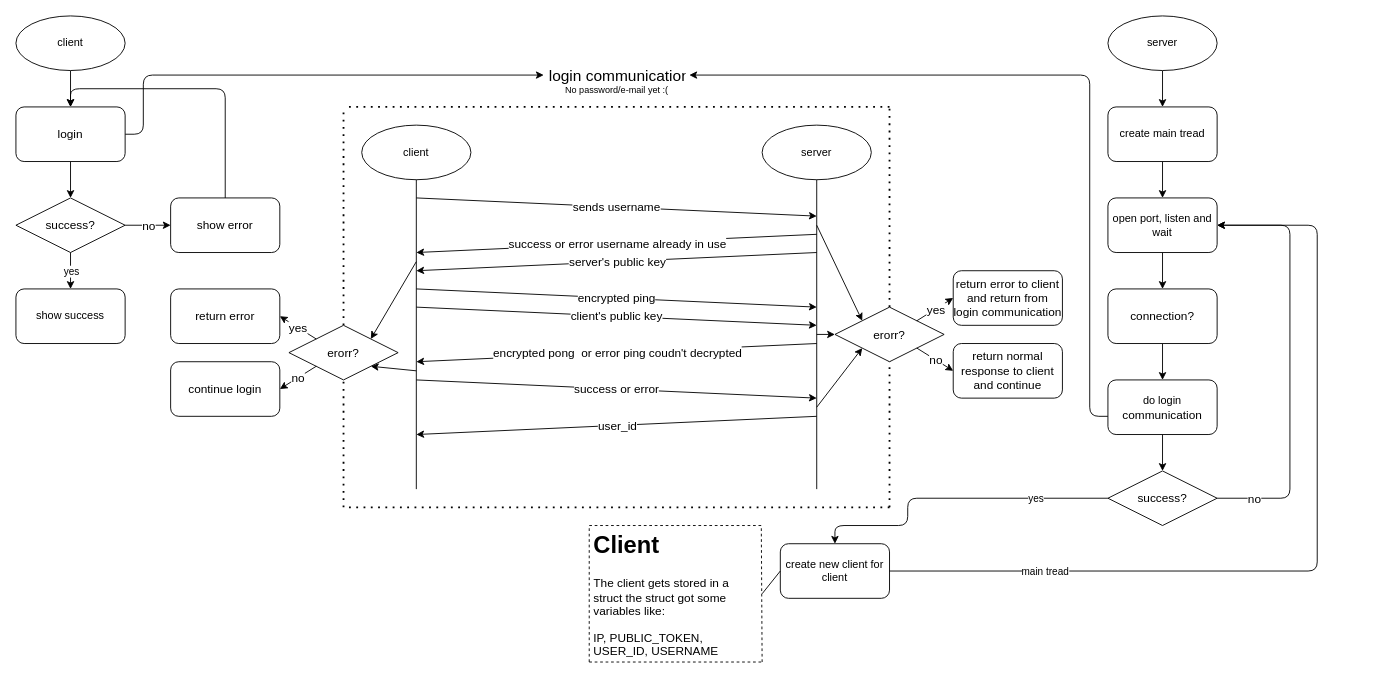
Staninna/gpg-chat keeps this draw.io diagram as flowcarts/server-client.drawio. Above is the earlier version. Source tidied: cells renumbered, new cells numbered last; positions are measured from the earlier drawing's top-left corner, leaving out a move shared by most shapes. Both pictures are drawn from the tidied source at 91%, with x=0, y=0 at pixel (15, 15).
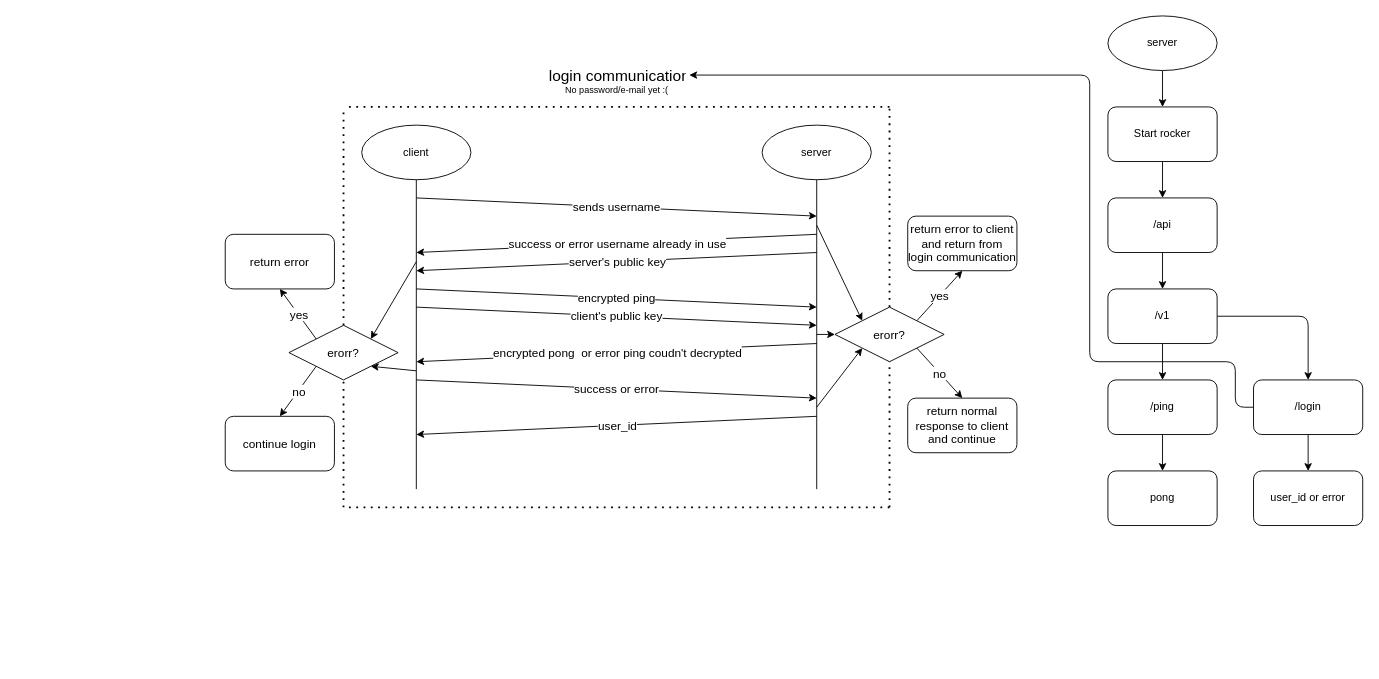
Above is the later version.

Commit message (it also covers changes not shown here):
Changed flow charts

The change refers to these unchanged cells:
```xml
<mxCell id="22" value="login communication" style="text;strokeColor=none;fillColor=none;align=left;verticalAlign=middle;spacingLeft=4;spacingRight=4;overflow=hidden;points=[[0,0.5],[1,0.5]];portConstraint=eastwest;fontSize=17;" parent="1" vertex="1">
  <mxGeometry x="580" y="50" width="160" height="30" as="geometry" />
</mxCell>
<mxCell id="39" value="erorr?" style="rhombus;whiteSpace=wrap;html=1;fontSize=13;" parent="1" vertex="1">
  <mxGeometry x="300" y="340" width="120" height="60" as="geometry" />
</mxCell>
<mxCell id="52" value="erorr?" style="rhombus;whiteSpace=wrap;html=1;fontSize=13;" parent="1" vertex="1">
  <mxGeometry x="900" y="320" width="120" height="60" as="geometry" />
</mxCell>
```

The edit, as a diff of the source:
```diff
@@
-    <mxCell id="2" style="edgeStyle=none;html=1;fontSize=12;" parent="1" edge="1">
-      <mxGeometry relative="1" as="geometry">
-        <mxPoint x="1260" y="360" as="sourcePoint" />
-        <mxPoint x="1260" y="400" as="targetPoint" />
-      </mxGeometry>
-    </mxCell>
-    <mxCell id="3" style="endArrow=classic;html=1;entryX=0.5;entryY=0;entryDx=0;entryDy=0;exitX=0.5;exitY=1;exitDx=0;exitDy=0;" parent="1" edge="1">
-      <mxGeometry relative="1" as="geometry">
-        <mxPoint x="60" y="60" as="sourcePoint" />
-        <mxPoint x="60" y="100" as="targetPoint" />
-      </mxGeometry>
-    </mxCell>
@@
-    <mxCell id="5" style="endArrow=classic;html=1;entryX=0.5;entryY=0;entryDx=0;entryDy=0;" parent="1" edge="1">
-      <mxGeometry relative="1" as="geometry">
-        <mxPoint x="1260" y="160" as="sourcePoint" />
-        <mxPoint x="1260" y="200" as="targetPoint" />
-      </mxGeometry>
-    </mxCell>
-    <mxCell id="6" style="endArrow=classic;html=1;entryX=0.5;entryY=0;entryDx=0;entryDy=0;exitX=0.5;exitY=1;exitDx=0;exitDy=0;" parent="1" edge="1">
-      <mxGeometry relative="1" as="geometry">
-        <mxPoint x="1260" y="260" as="sourcePoint" />
-        <mxPoint x="1260" y="300" as="targetPoint" />
-      </mxGeometry>
-    </mxCell>
-    <mxCell id="7" value="client" style="ellipse;whiteSpace=wrap;html=1;" parent="1" vertex="1">
-      <mxGeometry width="120" height="60" as="geometry" />
-    </mxCell>
@@
-    <mxCell id="9" value="open port, listen and wait" style="rounded=1;whiteSpace=wrap;html=1;" parent="1" vertex="1">
-      <mxGeometry x="1200" y="200" width="120" height="60" as="geometry" />
-    </mxCell>
+    <mxCell id="85" style="edgeStyle=none;html=1;" parent="1" edge="1" source="10" target="87">
+      <mxGeometry relative="1" as="geometry" />
+    </mxCell>
-    <mxCell id="10" value="create main tread" style="rounded=1;whiteSpace=wrap;html=1;" parent="1" vertex="1">
+    <mxCell id="10" value="Start rocker" style="rounded=1;whiteSpace=wrap;html=1;" parent="1" vertex="1">
       <mxGeometry x="1200" y="100" width="120" height="60" as="geometry" />
     </mxCell>
@@
-    <mxCell id="24" style="endArrow=classic;html=1;fontSize=12;exitX=1;exitY=0.5;exitDx=0;exitDy=0;entryX=0;entryY=0.5;entryDx=0;entryDy=0;" parent="1" edge="1" source="30" target="22">
-      <mxGeometry relative="1" as="geometry">
-        <Array as="points">
-          <mxPoint x="140" y="130" />
-          <mxPoint x="140" y="65" />
-        </Array>
-      </mxGeometry>
-    </mxCell>
@@
-    <mxCell id="29" style="edgeStyle=none;html=1;fontSize=13;" parent="1" edge="1" source="30" target="42">
-      <mxGeometry relative="1" as="geometry" />
-    </mxCell>
-    <mxCell id="30" value="login" style="rounded=1;whiteSpace=wrap;html=1;fontSize=13;" parent="1" vertex="1">
-      <mxGeometry y="100" width="120" height="60" as="geometry" />
-    </mxCell>
-    <mxCell id="31" style="endArrow=classic;html=1;fontSize=13;exitX=0;exitY=0.5;exitDx=0;exitDy=0;entryX=1;entryY=0.5;entryDx=0;entryDy=0;" parent="1" edge="1" target="22">
+    <mxCell id="31" style="endArrow=classic;html=1;fontSize=13;entryX=1;entryY=0.5;entryDx=0;entryDy=0;exitX=0;exitY=0.5;exitDx=0;exitDy=0;" parent="1" edge="1" source="95" target="22">
       <mxGeometry relative="1" as="geometry">
-        <mxPoint x="1200" y="440" as="sourcePoint" />
         <Array as="points">
-          <mxPoint x="1180" y="440" />
+          <mxPoint x="1340" y="430" />
+          <mxPoint x="1340" y="380" />
+          <mxPoint x="1180" y="380" />
           <mxPoint x="1180" y="65" />
         </Array>
       </mxGeometry>
     </mxCell>
-    <mxCell id="32" value="connection?" style="rounded=1;whiteSpace=wrap;html=1;fontSize=13;" parent="1" vertex="1">
-      <mxGeometry x="1200" y="300" width="120" height="60" as="geometry" />
-    </mxCell>
-    <mxCell id="33" style="endArrow=classic;html=1;fontSize=13;entryX=1;entryY=0.5;entryDx=0;entryDy=0;exitX=1;exitY=0.5;exitDx=0;exitDy=0;" parent="1" edge="1" source="62" target="9">
-      <mxGeometry relative="1" as="geometry">
-        <Array as="points">
-          <mxPoint x="1400" y="530" />
-          <mxPoint x="1400" y="230" />
-        </Array>
-      </mxGeometry>
-    </mxCell>
-    <mxCell id="34" value="no" style="edgeLabel;html=1;align=center;verticalAlign=middle;fontSize=13;" parent="33" vertex="1">
-      <mxGeometry relative="1" as="geometry">
-        <mxPoint x="-40" y="150" as="offset" />
-      </mxGeometry>
-    </mxCell>
@@
-    <mxCell id="40" style="endArrow=classic;html=1;fontSize=13;exitX=0;exitY=0;exitDx=0;exitDy=0;entryX=1;entryY=0.5;entryDx=0;entryDy=0;" parent="1" edge="1" source="39" target="43">
+    <mxCell id="40" style="endArrow=classic;html=1;fontSize=13;exitX=0;exitY=0;exitDx=0;exitDy=0;entryX=0.5;entryY=1;entryDx=0;entryDy=0;" parent="1" edge="1" source="39" target="43">
       <mxGeometry relative="1" as="geometry" />
     </mxCell>
@@
-    <mxCell id="42" value="success?" style="rhombus;whiteSpace=wrap;html=1;fontSize=13;" parent="1" vertex="1">
-      <mxGeometry y="200" width="120" height="60" as="geometry" />
-    </mxCell>
     <mxCell id="43" value="return error" style="rounded=1;whiteSpace=wrap;html=1;fontSize=13;" parent="1" vertex="1">
-      <mxGeometry x="170" y="300" width="120" height="60" as="geometry" />
+      <mxGeometry x="230" y="240" width="120" height="60" as="geometry" />
     </mxCell>
     <mxCell id="44" value="continue login" style="rounded=1;whiteSpace=wrap;html=1;fontSize=13;" parent="1" vertex="1">
-      <mxGeometry x="170" y="380" width="120" height="60" as="geometry" />
+      <mxGeometry x="230" y="440" width="120" height="60" as="geometry" />
     </mxCell>
-    <mxCell id="45" style="endArrow=classic;html=1;fontSize=13;exitX=0;exitY=1;exitDx=0;exitDy=0;entryX=1;entryY=0.5;entryDx=0;entryDy=0;" parent="1" edge="1" source="39" target="44">
+    <mxCell id="45" style="endArrow=classic;html=1;fontSize=13;exitX=0;exitY=1;exitDx=0;exitDy=0;entryX=0.5;entryY=0;entryDx=0;entryDy=0;" parent="1" edge="1" source="39" target="44">
       <mxGeometry relative="1" as="geometry" />
     </mxCell>
@@
-    <mxCell id="47" value="show error" style="rounded=1;whiteSpace=wrap;html=1;fontSize=13;" parent="1" vertex="1">
-      <mxGeometry x="170" y="200" width="120" height="60" as="geometry" />
-    </mxCell>
-    <mxCell id="48" style="endArrow=classic;html=1;fontSize=13;exitX=0.5;exitY=0;exitDx=0;exitDy=0;entryX=0.5;entryY=0;entryDx=0;entryDy=0;" parent="1" edge="1" source="47" target="30">
-      <mxGeometry relative="1" as="geometry">
-        <Array as="points">
-          <mxPoint x="230" y="80" />
-          <mxPoint x="60" y="80" />
-        </Array>
-      </mxGeometry>
-    </mxCell>
-    <mxCell id="49" style="endArrow=classic;html=1;fontSize=13;exitX=1;exitY=0.5;exitDx=0;exitDy=0;entryX=0;entryY=0.5;entryDx=0;entryDy=0;" parent="1" edge="1" source="42" target="47">
-      <mxGeometry relative="1" as="geometry" />
-    </mxCell>
-    <mxCell id="50" value="no" style="edgeLabel;html=1;align=center;verticalAlign=middle;fontSize=13;" parent="49" vertex="1">
-      <mxGeometry relative="1" as="geometry" />
-    </mxCell>
@@
-    <mxCell id="53" style="endArrow=classic;html=1;fontSize=13;exitX=1;exitY=0;exitDx=0;exitDy=0;entryX=0;entryY=0.5;entryDx=0;entryDy=0;" parent="1" edge="1" source="52" target="55">
+    <mxCell id="53" style="endArrow=classic;html=1;fontSize=13;exitX=1;exitY=0;exitDx=0;exitDy=0;entryX=0.5;entryY=1;entryDx=0;entryDy=0;" parent="1" edge="1" source="52" target="55">
       <mxGeometry relative="1" as="geometry" />
     </mxCell>
@@
     <mxCell id="55" value="return error to client and return from login&amp;nbsp;&lt;span style=&quot;text-align: left&quot;&gt;communication&lt;/span&gt;" style="rounded=1;whiteSpace=wrap;html=1;fontSize=13;" parent="1" vertex="1">
-      <mxGeometry x="1030" y="280" width="120" height="60" as="geometry" />
+      <mxGeometry x="980" y="220" width="120" height="60" as="geometry" />
     </mxCell>
     <mxCell id="56" value="return normal response to client and continue" style="rounded=1;whiteSpace=wrap;html=1;fontSize=13;" parent="1" vertex="1">
-      <mxGeometry x="1030" y="360" width="120" height="60" as="geometry" />
+      <mxGeometry x="980" y="420" width="120" height="60" as="geometry" />
     </mxCell>
-    <mxCell id="57" style="endArrow=classic;html=1;fontSize=13;exitX=1;exitY=1;exitDx=0;exitDy=0;entryX=0;entryY=0.5;entryDx=0;entryDy=0;" parent="1" edge="1" source="52" target="56">
+    <mxCell id="57" style="endArrow=classic;html=1;fontSize=13;exitX=1;exitY=1;exitDx=0;exitDy=0;entryX=0.5;entryY=0;entryDx=0;entryDy=0;" parent="1" edge="1" source="52" target="56">
       <mxGeometry relative="1" as="geometry" />
     </mxCell>
@@
-    <mxCell id="60" style="edgeStyle=none;html=1;fontSize=13;" parent="1" edge="1" source="61" target="62">
-      <mxGeometry relative="1" as="geometry" />
-    </mxCell>
-    <mxCell id="61" value="&lt;span style=&quot;font-size: 12px&quot;&gt;do login&lt;/span&gt;&lt;br style=&quot;font-size: 12px&quot;&gt;&lt;span style=&quot;text-align: left&quot;&gt;communication&lt;/span&gt;" style="rounded=1;whiteSpace=wrap;html=1;fontSize=13;" parent="1" vertex="1">
-      <mxGeometry x="1200" y="400" width="120" height="60" as="geometry" />
-    </mxCell>
-    <mxCell id="62" value="success?" style="rhombus;whiteSpace=wrap;html=1;fontSize=13;" parent="1" vertex="1">
-      <mxGeometry x="1200" y="500" width="120" height="60" as="geometry" />
-    </mxCell>
-    <mxCell id="63" value="create new client for client" style="rounded=1;whiteSpace=wrap;html=1;" parent="1" vertex="1">
-      <mxGeometry x="840" y="580" width="120" height="60" as="geometry" />
-    </mxCell>
-    <mxCell id="64" style="endArrow=classic;html=1;exitX=0;exitY=0.5;exitDx=0;exitDy=0;entryX=0.5;entryY=0;entryDx=0;entryDy=0;" parent="1" edge="1" source="62" target="63">
-      <mxGeometry relative="1" as="geometry">
-        <Array as="points">
-          <mxPoint x="980" y="530" />
-          <mxPoint x="980" y="560" />
-          <mxPoint x="900" y="560" />
-        </Array>
-      </mxGeometry>
-    </mxCell>
-    <mxCell id="65" value="yes" style="edgeLabel;html=1;align=center;verticalAlign=middle;" parent="64" vertex="1">
-      <mxGeometry relative="1" as="geometry">
-        <mxPoint x="95" as="offset" />
-      </mxGeometry>
-    </mxCell>
-    <mxCell id="66" style="endArrow=classic;html=1;exitX=0.5;exitY=1;exitDx=0;exitDy=0;entryX=0.5;entryY=0;entryDx=0;entryDy=0;" parent="1" edge="1" source="42" target="68">
-      <mxGeometry relative="1" as="geometry" />
-    </mxCell>
-    <mxCell id="67" value="yes" style="edgeLabel;html=1;align=center;verticalAlign=middle;" parent="66" vertex="1">
-      <mxGeometry relative="1" as="geometry" />
-    </mxCell>
-    <mxCell id="68" value="show success" style="rounded=1;whiteSpace=wrap;html=1;" parent="1" vertex="1">
-      <mxGeometry y="300" width="120" height="60" as="geometry" />
-    </mxCell>
-    <mxCell id="69" style="endArrow=classic;html=1;exitX=1;exitY=0.5;exitDx=0;exitDy=0;" parent="1" edge="1" source="63">
-      <mxGeometry relative="1" as="geometry">
-        <mxPoint x="1320" y="230" as="targetPoint" />
-        <Array as="points">
-          <mxPoint x="1430" y="610" />
-          <mxPoint x="1430" y="230" />
-        </Array>
-      </mxGeometry>
-    </mxCell>
-    <mxCell id="70" value="main tread" style="edgeLabel;html=1;align=center;verticalAlign=middle;" parent="69" vertex="1">
-      <mxGeometry relative="1" as="geometry">
-        <mxPoint x="-300" y="10" as="offset" />
-      </mxGeometry>
-    </mxCell>
@@
-    <mxCell id="78" value="&lt;h1&gt;Client&lt;/h1&gt;&lt;p&gt;The client gets stored in a struct the struct got some variables like:&lt;/p&gt;&lt;p style=&quot;line-height: 1.2&quot;&gt;IP, PUBLIC_TOKEN, USER_ID, USERNAME&lt;/p&gt;" style="text;html=1;strokeColor=none;fillColor=none;spacing=5;spacingTop=-20;whiteSpace=wrap;overflow=hidden;rounded=0;fontSize=13;" parent="1" vertex="1">
-      <mxGeometry x="630" y="560" width="190" height="150" as="geometry" />
-    </mxCell>
-    <mxCell id="79" style="endArrow=none;html=1;fontSize=13;entryX=0;entryY=0.5;entryDx=0;entryDy=0;exitX=1;exitY=0.5;exitDx=0;exitDy=0;" parent="1" edge="1" source="78" target="63">
-      <mxGeometry relative="1" as="geometry" />
-    </mxCell>
-    <mxCell id="80" style="endArrow=none;dashed=1;html=1;fontSize=13;entryX=0;entryY=0;entryDx=0;entryDy=0;exitX=0;exitY=1;exitDx=0;exitDy=0;" parent="1" edge="1" source="78" target="78">
-      <mxGeometry relative="1" as="geometry" />
-    </mxCell>
-    <mxCell id="81" style="endArrow=none;dashed=1;html=1;fontSize=13;entryX=0;entryY=0;entryDx=0;entryDy=0;exitX=1;exitY=1;exitDx=0;exitDy=0;" parent="1" edge="1" source="78">
-      <mxGeometry relative="1" as="geometry">
-        <mxPoint x="819.1" y="560" as="targetPoint" />
-      </mxGeometry>
-    </mxCell>
-    <mxCell id="82" style="endArrow=none;dashed=1;html=1;fontSize=13;entryX=1;entryY=0;entryDx=0;entryDy=0;exitX=0;exitY=0;exitDx=0;exitDy=0;" parent="1" edge="1" source="78" target="78">
-      <mxGeometry relative="1" as="geometry" />
-    </mxCell>
-    <mxCell id="83" style="endArrow=none;dashed=1;html=1;fontSize=13;entryX=1;entryY=1;entryDx=0;entryDy=0;exitX=0;exitY=1;exitDx=0;exitDy=0;" parent="1" edge="1" source="78" target="78">
-      <mxGeometry relative="1" as="geometry" />
-    </mxCell>
@@
+    <mxCell id="86" style="edgeStyle=none;html=1;" parent="1" edge="1" source="87" target="90">
+      <mxGeometry relative="1" as="geometry" />
+    </mxCell>
+    <mxCell id="87" value="/api" style="rounded=1;whiteSpace=wrap;html=1;" parent="1" vertex="1">
+      <mxGeometry x="1200" y="200" width="120" height="60" as="geometry" />
+    </mxCell>
+    <mxCell id="88" style="edgeStyle=none;html=1;" parent="1" edge="1" source="90" target="92">
+      <mxGeometry relative="1" as="geometry" />
+    </mxCell>
+    <mxCell id="89" style="edgeStyle=none;html=1;" parent="1" edge="1" source="90" target="95">
+      <mxGeometry relative="1" as="geometry">
+        <Array as="points">
+          <mxPoint x="1420" y="330" />
+        </Array>
+      </mxGeometry>
+    </mxCell>
+    <mxCell id="90" value="/v1" style="rounded=1;whiteSpace=wrap;html=1;" parent="1" vertex="1">
+      <mxGeometry x="1200" y="300" width="120" height="60" as="geometry" />
+    </mxCell>
+    <mxCell id="91" style="edgeStyle=none;html=1;" parent="1" edge="1" source="92" target="93">
+      <mxGeometry relative="1" as="geometry" />
+    </mxCell>
+    <mxCell id="92" value="/ping" style="rounded=1;whiteSpace=wrap;html=1;" parent="1" vertex="1">
+      <mxGeometry x="1200" y="400" width="120" height="60" as="geometry" />
+    </mxCell>
+    <mxCell id="93" value="pong" style="rounded=1;whiteSpace=wrap;html=1;" parent="1" vertex="1">
+      <mxGeometry x="1200" y="500" width="120" height="60" as="geometry" />
+    </mxCell>
+    <mxCell id="94" style="edgeStyle=none;html=1;" parent="1" edge="1" source="95" target="96">
+      <mxGeometry relative="1" as="geometry" />
+    </mxCell>
+    <mxCell id="95" value="/login" style="rounded=1;whiteSpace=wrap;html=1;" parent="1" vertex="1">
+      <mxGeometry x="1360" y="400" width="120" height="60" as="geometry" />
+    </mxCell>
+    <mxCell id="96" value="user_id or error" style="rounded=1;whiteSpace=wrap;html=1;" parent="1" vertex="1">
+      <mxGeometry x="1360" y="500" width="120" height="60" as="geometry" />
+    </mxCell>
```
